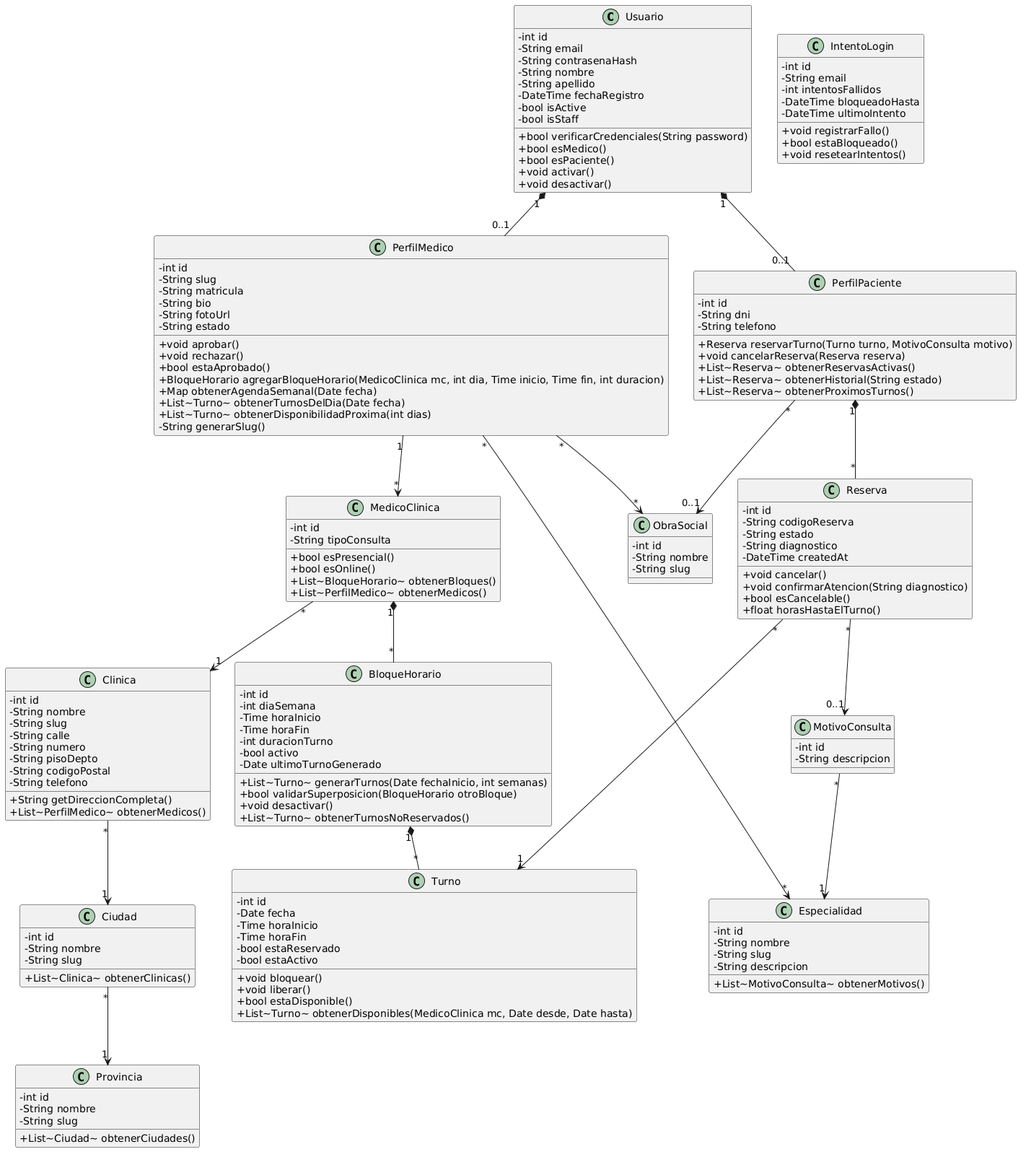
The PlantUML diagram Documentación/Diagrama_Clases_V1.png in IgnacioEsquenon/ISII_Trabajo-De-Campo, before a commit.
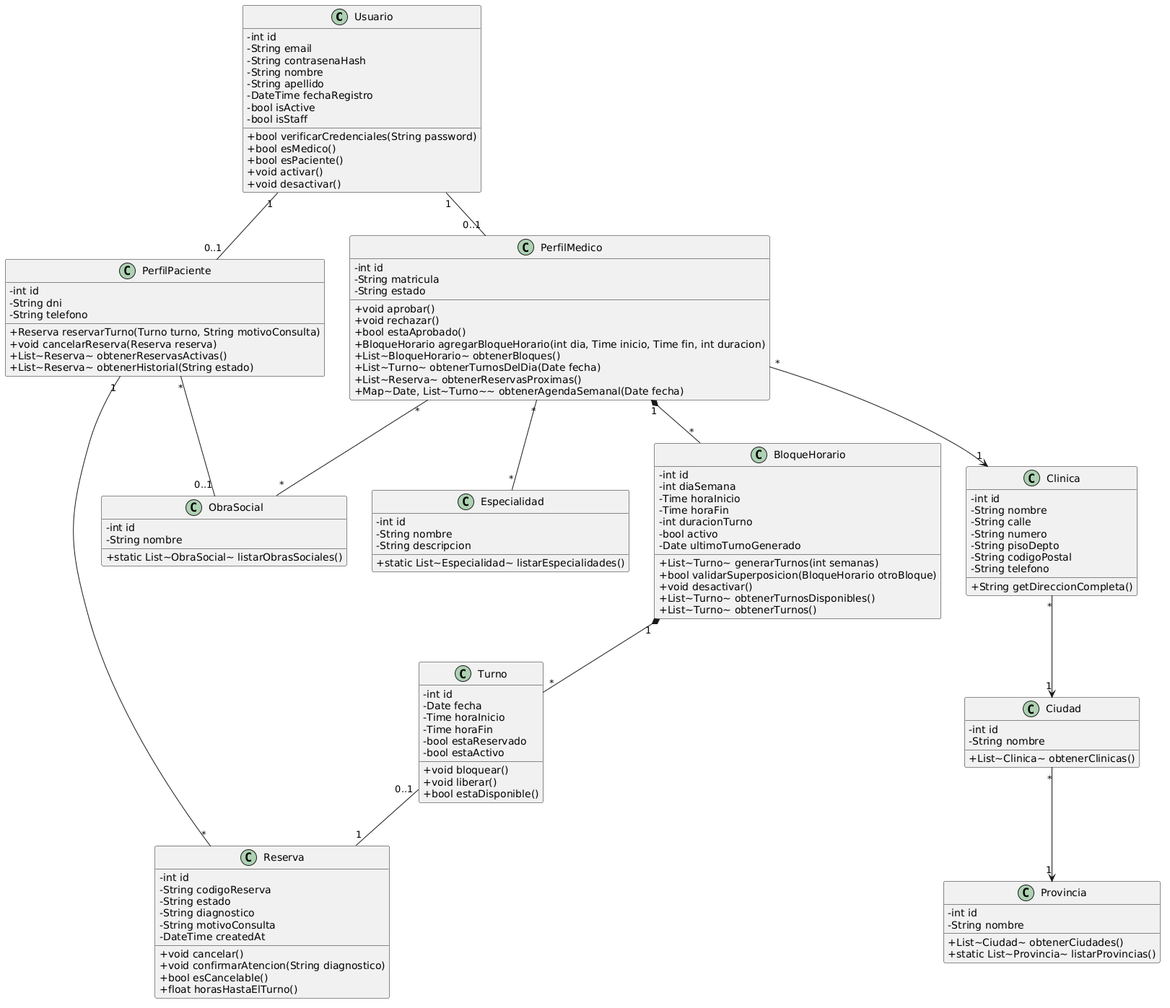
After the change.

Commit message:
Commit 28/05 - Corrección Diagrama de Clases

Change to the diagram source:
```diff
@@ -23,45 +23,30 @@
     -String dni
     -String telefono
 
-    +Reserva reservarTurno(Turno turno, MotivoConsulta motivo)
+    +Reserva reservarTurno(Turno turno, String motivoConsulta)
     +void cancelarReserva(Reserva reserva)
     +List~Reserva~ obtenerReservasActivas()
     +List~Reserva~ obtenerHistorial(String estado)
-    +List~Reserva~ obtenerProximosTurnos()
 }
 
 class PerfilMedico {
     -int id
-    -String slug
     -String matricula
-    -String bio
-    -String fotoUrl
     -String estado
 
     +void aprobar()
     +void rechazar()
     +bool estaAprobado()
-    +BloqueHorario agregarBloqueHorario(MedicoClinica mc, int dia, Time inicio, Time fin, int duracion)
-    +Map obtenerAgendaSemanal(Date fecha)
+    +BloqueHorario agregarBloqueHorario(int dia, Time inicio, Time fin, int duracion)
+    +List~BloqueHorario~ obtenerBloques()
     +List~Turno~ obtenerTurnosDelDia(Date fecha)
-    +List~Turno~ obtenerDisponibilidadProxima(int dias)
-    -String generarSlug()
-}
-
-class MedicoClinica {
-    -int id
-    -String tipoConsulta
-
-    +bool esPresencial()
-    +bool esOnline()
-    +List~BloqueHorario~ obtenerBloques()
-    +List~PerfilMedico~ obtenerMedicos()
+    +List~Reserva~ obtenerReservasProximas()
+    +Map~Date, List~Turno~~ obtenerAgendaSemanal(Date fecha)
 }
 
 class Clinica {
     -int id
     -String nombre
-    -String slug
     -String calle
     -String numero
     -String pisoDepto
@@ -69,13 +54,11 @@
     -String telefono
 
     +String getDireccionCompleta()
-    +List~PerfilMedico~ obtenerMedicos()
 }
 
 class Ciudad {
     -int id
     -String nombre
-    -String slug
 
     +List~Clinica~ obtenerClinicas()
 }
@@ -83,9 +66,9 @@
 class Provincia {
     -int id
     -String nombre
-    -String slug
 
     +List~Ciudad~ obtenerCiudades()
+    +static List~Provincia~ listarProvincias()
 }
 
 class BloqueHorario {
@@ -97,10 +80,11 @@
     -bool activo
     -Date ultimoTurnoGenerado
 
-    +List~Turno~ generarTurnos(Date fechaInicio, int semanas)
+    +List~Turno~ generarTurnos(int semanas)
     +bool validarSuperposicion(BloqueHorario otroBloque)
     +void desactivar()
-    +List~Turno~ obtenerTurnosNoReservados()
+    +List~Turno~ obtenerTurnosDisponibles()
+    +List~Turno~ obtenerTurnos()
 }
 
 class Turno {
@@ -114,7 +98,6 @@
     +void bloquear()
     +void liberar()
     +bool estaDisponible()
-    +List~Turno~ obtenerDisponibles(MedicoClinica mc, Date desde, Date hasta)
 }
 
 class Reserva {
@@ -122,6 +105,7 @@
     -String codigoReserva
     -String estado
     -String diagnostico
+    -String motivoConsulta
     -DateTime createdAt
 
     +void cancelar()
@@ -133,55 +117,33 @@
 class Especialidad {
     -int id
     -String nombre
-    -String slug
     -String descripcion
 
-    +List~MotivoConsulta~ obtenerMotivos()
+    +static List~Especialidad~ listarEspecialidades()
 }
 
 class ObraSocial {
     -int id
     -String nombre
-    -String slug
+
+    +static List~ObraSocial~ listarObrasSociales()
 }
 
-class MotivoConsulta {
-    -int id
-    -String descripcion
-}
+Usuario "1" -- "0..1" PerfilPaciente
+Usuario "1" -- "0..1" PerfilMedico
 
-class IntentoLogin {
-    -int id
-    -String email
-    -int intentosFallidos
-    -DateTime bloqueadoHasta
-    -DateTime ultimoIntento
+PerfilPaciente "*" -- "0..1" ObraSocial
 
-    +void registrarFallo()
-    +bool estaBloqueado()
-    +void resetearIntentos()
-}
+PerfilMedico "*" -- "*" Especialidad
+PerfilMedico "*" -- "*" ObraSocial
 
-Usuario "1" *-- "0..1" PerfilPaciente
-Usuario "1" *-- "0..1" PerfilMedico
+PerfilMedico "*" --> "1" Clinica
+Clinica "*" --> "1" Ciudad
+Ciudad "*" --> "1" Provincia
 
-PerfilPaciente "*" --> "0..1" ObraSocial
-
-PerfilMedico "1" --> "*" MedicoClinica
-MedicoClinica "*" --> "1" Clinica
-
-MedicoClinica "1" *-- "*" BloqueHorario
+PerfilMedico "1" *-- "*" BloqueHorario
 BloqueHorario "1" *-- "*" Turno
 
-PerfilPaciente "1" *-- "*" Reserva
-Reserva "*" --> "1" Turno
-Reserva "*" --> "0..1" MotivoConsulta
-
-PerfilMedico "*" --> "*" Especialidad
-PerfilMedico "*" --> "*" ObraSocial
-
-MotivoConsulta "*" --> "1" Especialidad
-
-Clinica "*" --> "1" Ciudad
-Ciudad "*" --> "1" Provincia
+Turno "0..1" -- "1" Reserva
+PerfilPaciente "1" -- "*" Reserva
 @enduml
```
